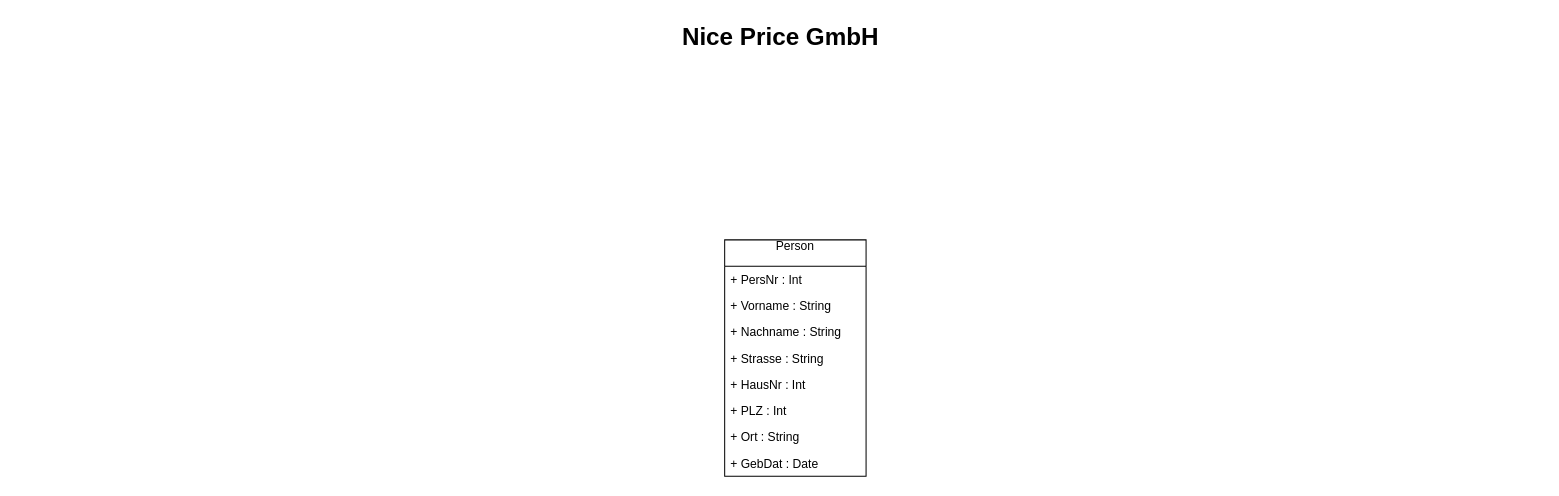
Before: NicePriceUML.drawio in Resteklicken/DBS, a draw.io diagram. Source tidied: cells renumbered, new cells numbered last; positions are measured from the earlier drawing's top-left corner, leaving out a move shared by most shapes. Both pictures are drawn from the tidied source at 101%, with x=0, y=0 at pixel (17, 17).
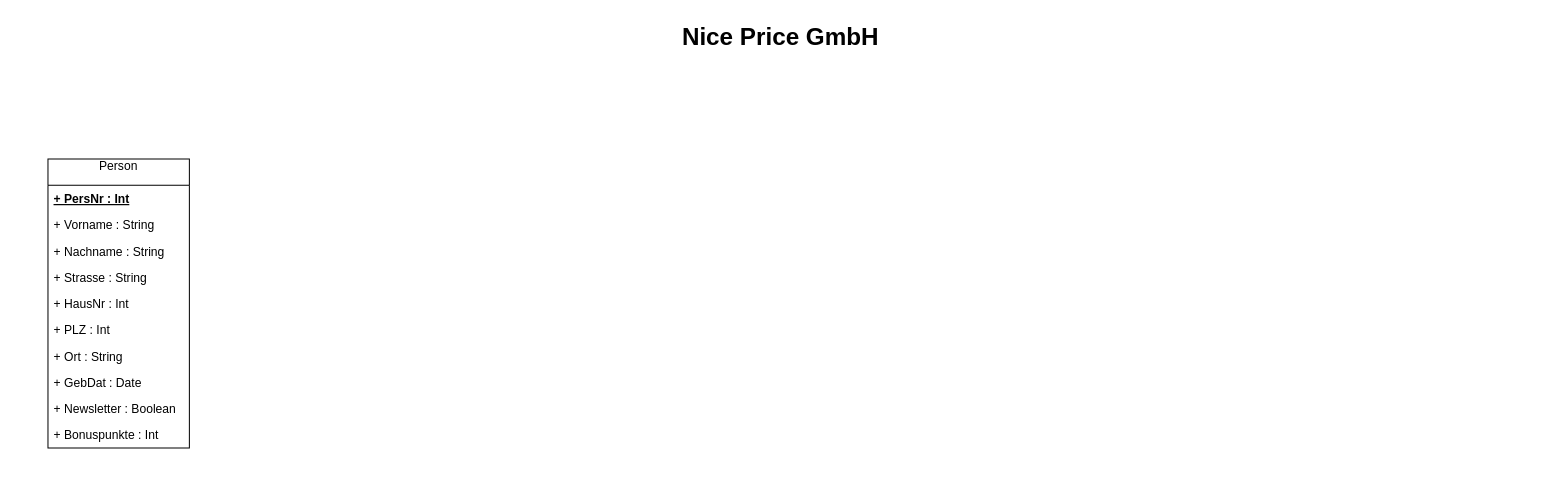
After the change.

The edit, as a diff of the source:
```diff
@@
 <mxGraphModel>
   <root>
     <mxCell id="0" />
     <mxCell id="1" parent="0" />
     <mxCell id="2" value="Nice Price GmbH" style="text;strokeColor=none;fillColor=none;html=1;fontSize=24;fontStyle=1;verticalAlign=middle;align=center;" parent="1" vertex="1">
       <mxGeometry width="1510" height="40" as="geometry" />
     </mxCell>
     <mxCell id="3" value="Person&#10;" style="swimlane;fontStyle=0;horizontal=1;startSize=26;fillColor=none;" parent="1" vertex="1">
-      <mxGeometry x="700" y="220" width="140" height="234" as="geometry" />
+      <mxGeometry x="30" y="140" width="140" height="286" as="geometry" />
     </mxCell>
-    <mxCell id="4" value="+ PersNr : Int" style="text;strokeColor=none;fillColor=none;align=left;verticalAlign=top;spacingLeft=4;spacingRight=4;overflow=hidden;" parent="3" vertex="1">
+    <mxCell id="4" value="+ PersNr : Int" style="text;strokeColor=none;align=left;verticalAlign=top;spacingLeft=4;spacingRight=4;overflow=hidden;fontStyle=5;" parent="3" vertex="1">
       <mxGeometry y="26" width="140" height="26" as="geometry" />
     </mxCell>
     <mxCell id="5" value="+ Vorname : String" style="text;strokeColor=none;fillColor=none;align=left;verticalAlign=top;spacingLeft=4;spacingRight=4;overflow=hidden;" parent="3" vertex="1">
       <mxGeometry y="52" width="140" height="26" as="geometry" />
     </mxCell>
     <mxCell id="6" value="+ Nachname : String" style="text;strokeColor=none;fillColor=none;align=left;verticalAlign=top;spacingLeft=4;spacingRight=4;overflow=hidden;" parent="3" vertex="1">
       <mxGeometry y="78" width="140" height="26" as="geometry" />
     </mxCell>
     <mxCell id="7" value="+ Strasse : String" style="text;strokeColor=none;fillColor=none;align=left;verticalAlign=top;spacingLeft=4;spacingRight=4;overflow=hidden;" parent="3" vertex="1">
       <mxGeometry y="104" width="140" height="26" as="geometry" />
     </mxCell>
     <mxCell id="8" value="+ HausNr : Int" style="text;strokeColor=none;fillColor=none;align=left;verticalAlign=top;spacingLeft=4;spacingRight=4;overflow=hidden;" parent="3" vertex="1">
       <mxGeometry y="130" width="140" height="26" as="geometry" />
     </mxCell>
     <mxCell id="9" value="+ PLZ : Int" style="text;strokeColor=none;fillColor=none;align=left;verticalAlign=top;spacingLeft=4;spacingRight=4;overflow=hidden;" parent="3" vertex="1">
       <mxGeometry y="156" width="140" height="26" as="geometry" />
     </mxCell>
     <mxCell id="10" value="+ Ort : String" style="text;strokeColor=none;fillColor=none;align=left;verticalAlign=top;spacingLeft=4;spacingRight=4;overflow=hidden;" parent="3" vertex="1">
       <mxGeometry y="182" width="140" height="26" as="geometry" />
     </mxCell>
     <mxCell id="11" value="+ GebDat : Date" style="text;strokeColor=none;fillColor=none;align=left;verticalAlign=top;spacingLeft=4;spacingRight=4;overflow=hidden;" parent="3" vertex="1">
       <mxGeometry y="208" width="140" height="26" as="geometry" />
     </mxCell>
+    <mxCell id="12" value="+ Newsletter : Boolean" style="text;strokeColor=none;fillColor=none;align=left;verticalAlign=top;spacingLeft=4;spacingRight=4;overflow=hidden;" parent="3" vertex="1">
+      <mxGeometry y="234" width="140" height="26" as="geometry" />
+    </mxCell>
+    <mxCell id="13" value="+ Bonuspunkte : Int" style="text;strokeColor=none;fillColor=none;align=left;verticalAlign=top;spacingLeft=4;spacingRight=4;overflow=hidden;" parent="3" vertex="1">
+      <mxGeometry y="260" width="140" height="26" as="geometry" />
+    </mxCell>
   </root>
 </mxGraphModel>
```
